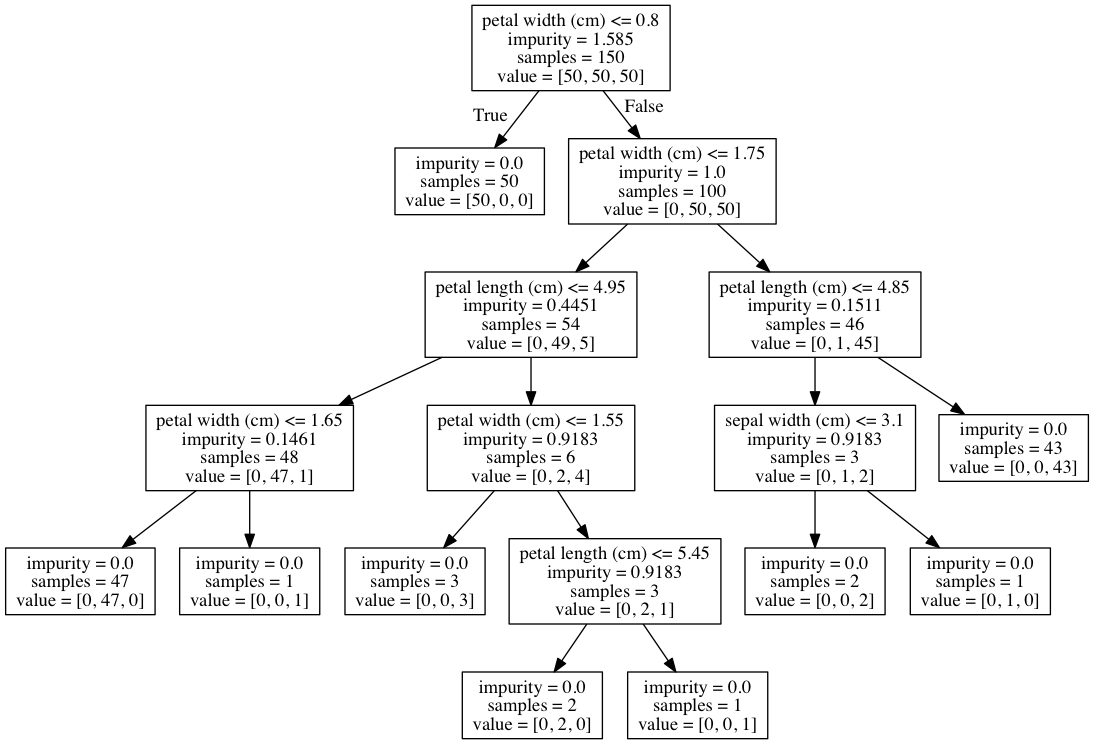
Before: Machine-Learning/tree_d5.png, a diagram exported from Graphviz (yangl57/Python). Its source is kept beside it as Machine-Learning/tree_d5.dot. Its diagram source:
```dot
digraph Tree {
node [shape=box] ;
0 [label="petal width (cm) <= 0.8\nimpurity = 1.585\nsamples = 150\nvalue = [50, 50, 50]"] ;
1 [label="impurity = 0.0\nsamples = 50\nvalue = [50, 0, 0]"] ;
0 -> 1 [labeldistance=2.5, labelangle=45, headlabel="True"] ;
2 [label="petal width (cm) <= 1.75\nimpurity = 1.0\nsamples = 100\nvalue = [0, 50, 50]"] ;
0 -> 2 [labeldistance=2.5, labelangle=-45, headlabel="False"] ;
3 [label="petal length (cm) <= 4.95\nimpurity = 0.4451\nsamples = 54\nvalue = [0, 49, 5]"] ;
2 -> 3 ;
4 [label="petal width (cm) <= 1.65\nimpurity = 0.1461\nsamples = 48\nvalue = [0, 47, 1]"] ;
3 -> 4 ;
5 [label="impurity = 0.0\nsamples = 47\nvalue = [0, 47, 0]"] ;
4 -> 5 ;
6 [label="impurity = 0.0\nsamples = 1\nvalue = [0, 0, 1]"] ;
4 -> 6 ;
7 [label="petal width (cm) <= 1.55\nimpurity = 0.9183\nsamples = 6\nvalue = [0, 2, 4]"] ;
3 -> 7 ;
8 [label="impurity = 0.0\nsamples = 3\nvalue = [0, 0, 3]"] ;
7 -> 8 ;
9 [label="petal length (cm) <= 5.45\nimpurity = 0.9183\nsamples = 3\nvalue = [0, 2, 1]"] ;
7 -> 9 ;
10 [label="impurity = 0.0\nsamples = 2\nvalue = [0, 2, 0]"] ;
9 -> 10 ;
11 [label="impurity = 0.0\nsamples = 1\nvalue = [0, 0, 1]"] ;
9 -> 11 ;
12 [label="petal length (cm) <= 4.85\nimpurity = 0.1511\nsamples = 46\nvalue = [0, 1, 45]"] ;
2 -> 12 ;
13 [label="sepal width (cm) <= 3.1\nimpurity = 0.9183\nsamples = 3\nvalue = [0, 1, 2]"] ;
12 -> 13 ;
14 [label="impurity = 0.0\nsamples = 2\nvalue = [0, 0, 2]"] ;
13 -> 14 ;
15 [label="impurity = 0.0\nsamples = 1\nvalue = [0, 1, 0]"] ;
13 -> 15 ;
16 [label="impurity = 0.0\nsamples = 43\nvalue = [0, 0, 43]"] ;
12 -> 16 ;
}
```
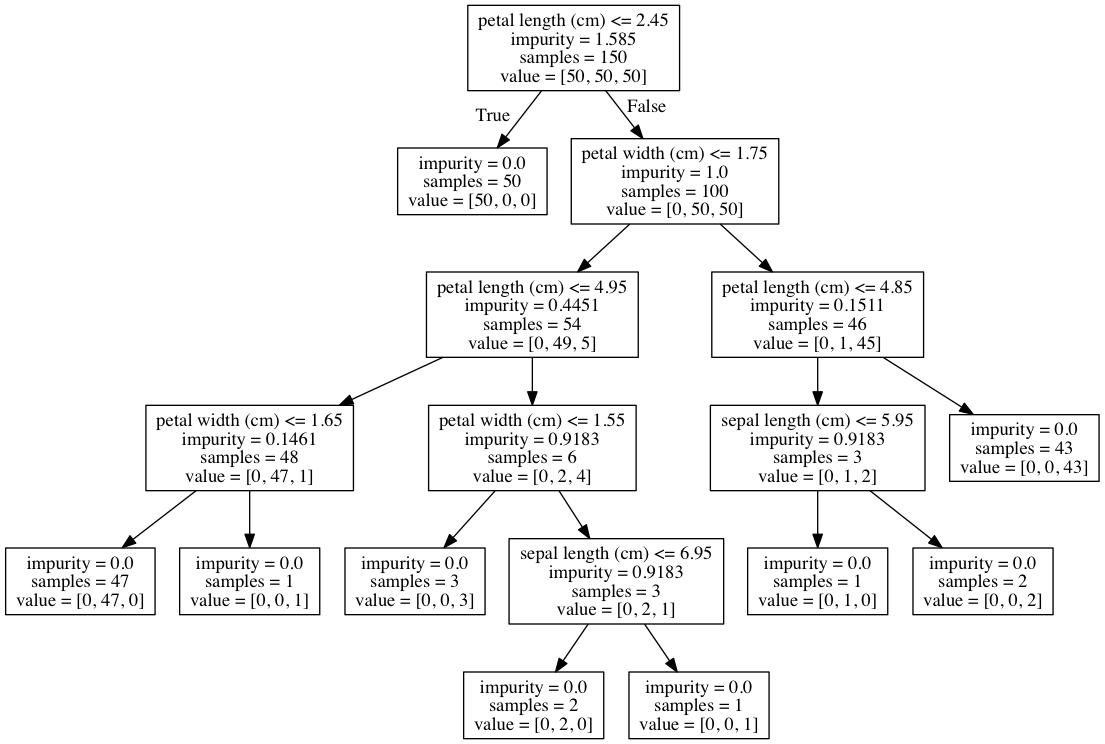
Later version of the same file.

Change to the diagram source:
```diff
@@ -1,6 +1,6 @@
 digraph Tree {
 node [shape=box] ;
-0 [label="petal width (cm) <= 0.8\nimpurity = 1.585\nsamples = 150\nvalue = [50, 50, 50]"] ;
+0 [label="petal length (cm) <= 2.45\nimpurity = 1.585\nsamples = 150\nvalue = [50, 50, 50]"] ;
 1 [label="impurity = 0.0\nsamples = 50\nvalue = [50, 0, 0]"] ;
 0 -> 1 [labeldistance=2.5, labelangle=45, headlabel="True"] ;
 2 [label="petal width (cm) <= 1.75\nimpurity = 1.0\nsamples = 100\nvalue = [0, 50, 50]"] ;
@@ -17,7 +17,7 @@
 3 -> 7 ;
 8 [label="impurity = 0.0\nsamples = 3\nvalue = [0, 0, 3]"] ;
 7 -> 8 ;
-9 [label="petal length (cm) <= 5.45\nimpurity = 0.9183\nsamples = 3\nvalue = [0, 2, 1]"] ;
+9 [label="sepal length (cm) <= 6.95\nimpurity = 0.9183\nsamples = 3\nvalue = [0, 2, 1]"] ;
 7 -> 9 ;
 10 [label="impurity = 0.0\nsamples = 2\nvalue = [0, 2, 0]"] ;
 9 -> 10 ;
@@ -25,11 +25,11 @@
 9 -> 11 ;
 12 [label="petal length (cm) <= 4.85\nimpurity = 0.1511\nsamples = 46\nvalue = [0, 1, 45]"] ;
 2 -> 12 ;
-13 [label="sepal width (cm) <= 3.1\nimpurity = 0.9183\nsamples = 3\nvalue = [0, 1, 2]"] ;
+13 [label="sepal length (cm) <= 5.95\nimpurity = 0.9183\nsamples = 3\nvalue = [0, 1, 2]"] ;
 12 -> 13 ;
-14 [label="impurity = 0.0\nsamples = 2\nvalue = [0, 0, 2]"] ;
+14 [label="impurity = 0.0\nsamples = 1\nvalue = [0, 1, 0]"] ;
 13 -> 14 ;
-15 [label="impurity = 0.0\nsamples = 1\nvalue = [0, 1, 0]"] ;
+15 [label="impurity = 0.0\nsamples = 2\nvalue = [0, 0, 2]"] ;
 13 -> 15 ;
 16 [label="impurity = 0.0\nsamples = 43\nvalue = [0, 0, 43]"] ;
 12 -> 16 ;
```
